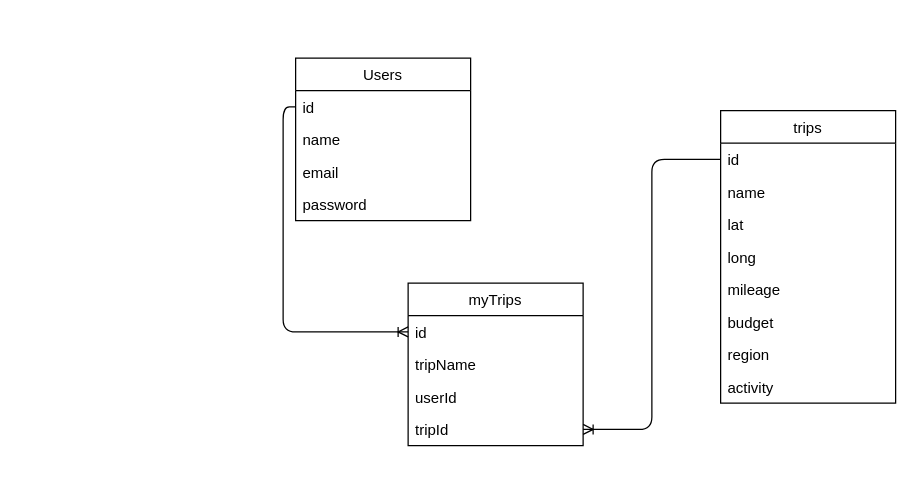
This is RoadTrip_ERD.drawio from swathi862/RoadTrip, a draw.io file, before an edit. Source tidied: cells renumbered, new cells numbered last; positions are measured from the earlier drawing's top-left corner, leaving out a move shared by most shapes. Both pictures are drawn from the tidied source at 125%, with x=0, y=0 at pixel (295, 58).
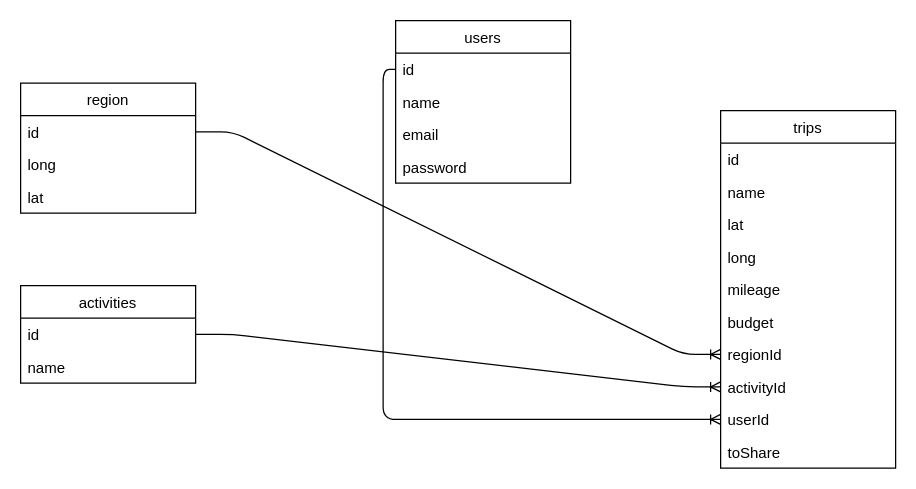
The same page after the edit.

The change refers to these unchanged cells:
```xml
<mxCell id="4" value="id" style="text;strokeColor=none;fillColor=none;align=left;verticalAlign=top;spacingLeft=4;spacingRight=4;overflow=hidden;points=[[0,0.5],[1,0.5]];portConstraint=eastwest;" parent="3" vertex="1">
  <mxGeometry y="26" width="140" height="26" as="geometry" />
</mxCell>
<mxCell id="19" value="id" style="text;strokeColor=none;fillColor=none;align=left;verticalAlign=top;spacingLeft=4;spacingRight=4;overflow=hidden;points=[[0,0.5],[1,0.5]];portConstraint=eastwest;" parent="18" vertex="1">
  <mxGeometry y="26" width="140" height="26" as="geometry" />
</mxCell>
```

What changed in the source:
```diff
@@
-    <mxCell id="2" style="edgeStyle=orthogonalEdgeStyle;fontSize=12;html=1;endArrow=ERoneToMany;exitX=0;exitY=0.5;exitDx=0;exitDy=0;entryX=0;entryY=0.5;entryDx=0;entryDy=0;" parent="1" edge="1" source="19" target="13">
+    <mxCell id="2" style="edgeStyle=orthogonalEdgeStyle;fontSize=12;html=1;endArrow=ERoneToMany;exitX=0;exitY=0.5;exitDx=0;exitDy=0;entryX=0;entryY=0.5;entryDx=0;entryDy=0;" parent="1" edge="1" source="19" target="15">
       <mxGeometry relative="1" as="geometry" />
     </mxCell>
     <mxCell id="3" value="trips" style="swimlane;fontStyle=0;horizontal=1;startSize=26;fillColor=none;" parent="1" vertex="1">
-      <mxGeometry x="340" y="42" width="140" height="234" as="geometry" />
+      <mxGeometry x="340" y="42" width="140" height="286" as="geometry" />
     </mxCell>
@@
-    <mxCell id="10" value="region" style="text;strokeColor=none;fillColor=none;align=left;verticalAlign=top;spacingLeft=4;spacingRight=4;overflow=hidden;points=[[0,0.5],[1,0.5]];portConstraint=eastwest;" parent="3" vertex="1">
+    <mxCell id="10" value="regionId" style="text;strokeColor=none;fillColor=none;align=left;verticalAlign=top;spacingLeft=4;spacingRight=4;overflow=hidden;points=[[0,0.5],[1,0.5]];portConstraint=eastwest;" parent="3" vertex="1">
       <mxGeometry y="182" width="140" height="26" as="geometry" />
     </mxCell>
-    <mxCell id="11" value="activity" style="text;strokeColor=none;fillColor=none;align=left;verticalAlign=top;spacingLeft=4;spacingRight=4;overflow=hidden;points=[[0,0.5],[1,0.5]];portConstraint=eastwest;" parent="3" vertex="1">
+    <mxCell id="11" value="activityId" style="text;strokeColor=none;fillColor=none;align=left;verticalAlign=top;spacingLeft=4;spacingRight=4;overflow=hidden;points=[[0,0.5],[1,0.5]];portConstraint=eastwest;" parent="3" vertex="1">
       <mxGeometry y="208" width="140" height="26" as="geometry" />
     </mxCell>
-    <mxCell id="12" value="myTrips" style="swimlane;fontStyle=0;horizontal=1;startSize=26;fillColor=none;" parent="1" vertex="1">
-      <mxGeometry x="90" y="180" width="140" height="130" as="geometry" />
-    </mxCell>
-    <mxCell id="13" value="id" style="text;strokeColor=none;fillColor=none;align=left;verticalAlign=top;spacingLeft=4;spacingRight=4;overflow=hidden;points=[[0,0.5],[1,0.5]];portConstraint=eastwest;" parent="12" vertex="1">
-      <mxGeometry y="26" width="140" height="26" as="geometry" />
-    </mxCell>
-    <mxCell id="14" value="tripName" style="text;strokeColor=none;fillColor=none;align=left;verticalAlign=top;spacingLeft=4;spacingRight=4;overflow=hidden;" parent="12" vertex="1">
-      <mxGeometry y="52" width="140" height="26" as="geometry" />
-    </mxCell>
-    <mxCell id="15" value="userId" style="text;strokeColor=none;fillColor=none;align=left;verticalAlign=top;spacingLeft=4;spacingRight=4;overflow=hidden;points=[[0,0.5],[1,0.5]];portConstraint=eastwest;" parent="12" vertex="1">
-      <mxGeometry y="78" width="140" height="26" as="geometry" />
+    <mxCell id="15" value="userId" style="text;strokeColor=none;fillColor=none;align=left;verticalAlign=top;spacingLeft=4;spacingRight=4;overflow=hidden;points=[[0,0.5],[1,0.5]];portConstraint=eastwest;" parent="3" vertex="1">
+      <mxGeometry y="234" width="140" height="26" as="geometry" />
     </mxCell>
-    <mxCell id="16" value="tripId" style="text;strokeColor=none;fillColor=none;align=left;verticalAlign=top;spacingLeft=4;spacingRight=4;overflow=hidden;points=[[0,0.5],[1,0.5]];portConstraint=eastwest;" parent="12" vertex="1">
-      <mxGeometry y="104" width="140" height="26" as="geometry" />
-    </mxCell>
-    <mxCell id="17" style="edgeStyle=orthogonalEdgeStyle;fontSize=12;html=1;endArrow=ERoneToMany;entryX=1;entryY=0.5;entryDx=0;entryDy=0;exitX=0;exitY=0.5;exitDx=0;exitDy=0;" parent="1" edge="1" source="4" target="16">
-      <mxGeometry relative="1" as="geometry" />
-    </mxCell>
+    <mxCell id="23" value="toShare" style="text;strokeColor=none;fillColor=none;align=left;verticalAlign=top;spacingLeft=4;spacingRight=4;overflow=hidden;" parent="3" vertex="1">
+      <mxGeometry y="260" width="140" height="26" as="geometry" />
+    </mxCell>
+    <mxCell id="24" value="region" style="swimlane;fontStyle=0;horizontal=1;startSize=26;fillColor=none;" parent="1" vertex="1">
+      <mxGeometry x="-220" y="20" width="140" height="104" as="geometry" />
+    </mxCell>
+    <mxCell id="25" value="id" style="text;strokeColor=none;fillColor=none;align=left;verticalAlign=top;spacingLeft=4;spacingRight=4;overflow=hidden;points=[[0,0.5],[1,0.5]];portConstraint=eastwest;" parent="24" vertex="1">
+      <mxGeometry y="26" width="140" height="26" as="geometry" />
+    </mxCell>
+    <mxCell id="26" value="long" style="text;strokeColor=none;fillColor=none;align=left;verticalAlign=top;spacingLeft=4;spacingRight=4;overflow=hidden;" parent="24" vertex="1">
+      <mxGeometry y="52" width="140" height="26" as="geometry" />
+    </mxCell>
+    <mxCell id="27" value="lat" style="text;strokeColor=none;fillColor=none;align=left;verticalAlign=top;spacingLeft=4;spacingRight=4;overflow=hidden;" parent="24" vertex="1">
+      <mxGeometry y="78" width="140" height="26" as="geometry" />
+    </mxCell>
+    <mxCell id="28" value="activities" style="swimlane;fontStyle=0;horizontal=1;startSize=26;fillColor=none;" parent="1" vertex="1">
+      <mxGeometry x="-220" y="182" width="140" height="78" as="geometry" />
+    </mxCell>
+    <mxCell id="29" value="id" style="text;strokeColor=none;fillColor=none;align=left;verticalAlign=top;spacingLeft=4;spacingRight=4;overflow=hidden;points=[[0,0.5],[1,0.5]];portConstraint=eastwest;" parent="28" vertex="1">
+      <mxGeometry y="26" width="140" height="26" as="geometry" />
+    </mxCell>
+    <mxCell id="30" value="name" style="text;strokeColor=none;fillColor=none;align=left;verticalAlign=top;spacingLeft=4;spacingRight=4;overflow=hidden;" parent="28" vertex="1">
+      <mxGeometry y="52" width="140" height="26" as="geometry" />
+    </mxCell>
+    <mxCell id="31" style="edgeStyle=entityRelationEdgeStyle;fontSize=12;html=1;endArrow=ERoneToMany;exitX=1;exitY=0.5;exitDx=0;exitDy=0;entryX=0;entryY=0.5;entryDx=0;entryDy=0;" parent="1" edge="1" source="29" target="11">
+      <mxGeometry relative="1" as="geometry" />
+    </mxCell>
+    <mxCell id="32" style="edgeStyle=entityRelationEdgeStyle;fontSize=12;html=1;endArrow=ERoneToMany;exitX=1;exitY=0.5;exitDx=0;exitDy=0;entryX=0;entryY=0.5;entryDx=0;entryDy=0;" parent="1" edge="1" source="25" target="10">
+      <mxGeometry relative="1" as="geometry" />
+    </mxCell>
-    <mxCell id="18" value="Users" style="swimlane;fontStyle=0;horizontal=1;startSize=26;fillColor=none;" parent="1" vertex="1">
-      <mxGeometry width="140" height="130" as="geometry" />
+    <mxCell id="18" value="users" style="swimlane;fontStyle=0;horizontal=1;startSize=26;fillColor=none;" parent="1" vertex="1">
+      <mxGeometry x="80" y="-30" width="140" height="130" as="geometry" />
     </mxCell>
```
